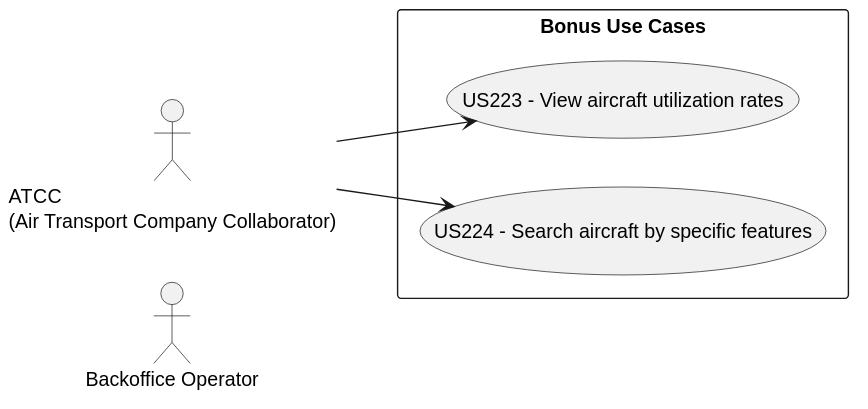
VascoMagolo/psoft_1231562_1241692_1242036_2db keeps this PlantUML diagram as docs/system-documentation/use-cases/BONUS/UCD/svg/use_case_diagram.svg. Above is the earlier version. Source of this version:
```plantuml
@startuml
left to right direction
skinparam packageStyle rectangle

actor "Backoffice Operator" as BO
actor "ATCC\n(Air Transport Company Collaborator)" as ATCC

rectangle "Bonus Use Cases" {
  usecase "US223 - View aircraft utilization rates" as UC223
  usecase "US224 - Search aircraft by specific features" as UC224
}

ATCC --> UC223
ATCC --> UC224
@enduml
```
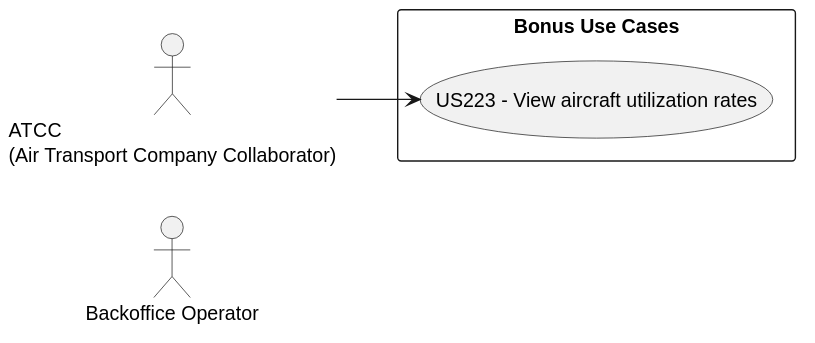
Later version of the same file.

Change to the diagram source:
```diff
@@ -7,9 +7,7 @@
 
 rectangle "Bonus Use Cases" {
   usecase "US223 - View aircraft utilization rates" as UC223
-  usecase "US224 - Search aircraft by specific features" as UC224
 }
 
 ATCC --> UC223
-ATCC --> UC224
 @enduml
```
